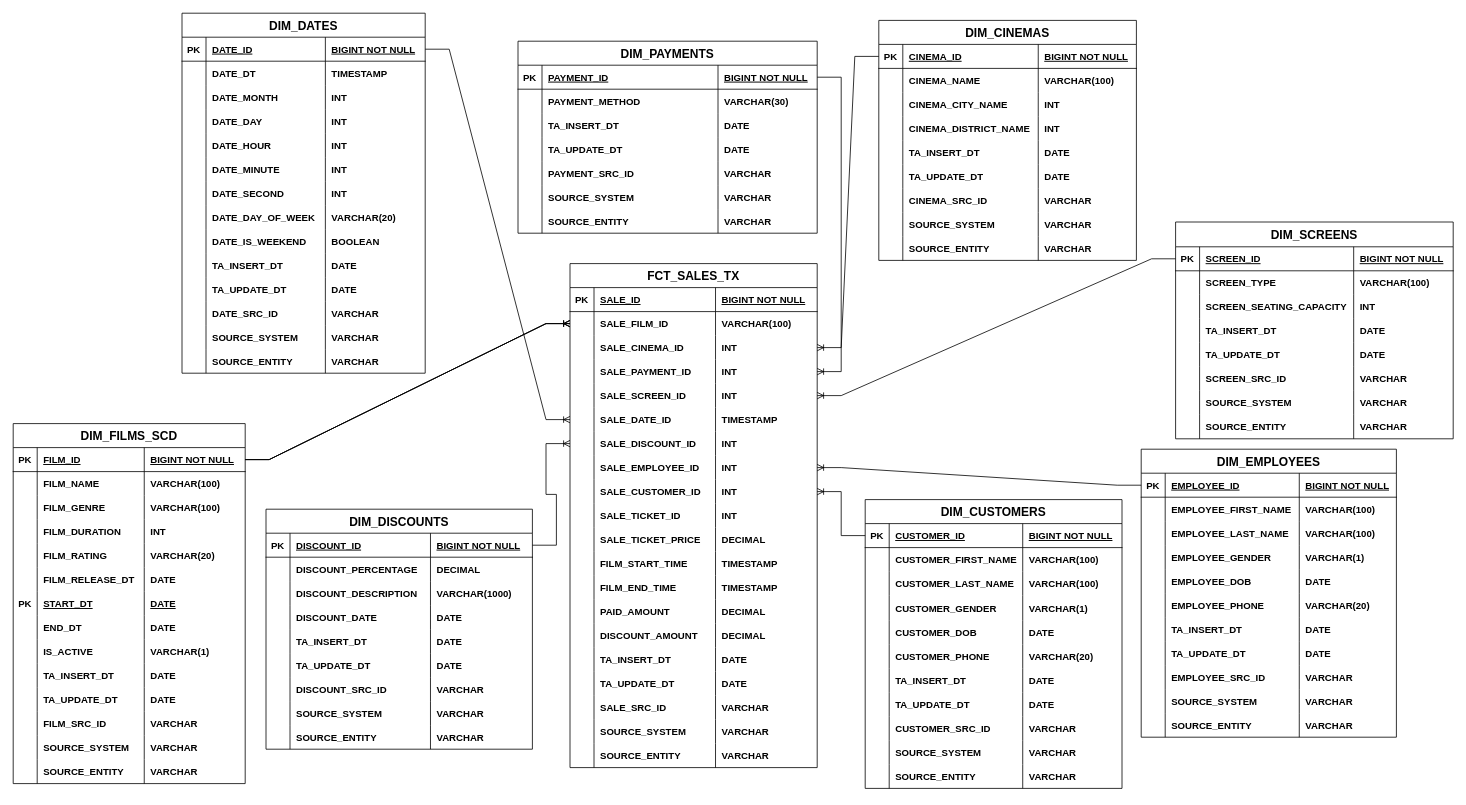
Before: ticket_sales_star_schema.drawio in GiorgiEz/DB-modeling, a draw.io diagram. Source tidied: cells renumbered, new cells numbered last; positions are measured from the earlier drawing's top-left corner, leaving out a move shared by most shapes. Both pictures are drawn from the tidied source at 80%, with x=0, y=0 at pixel (13, 13).
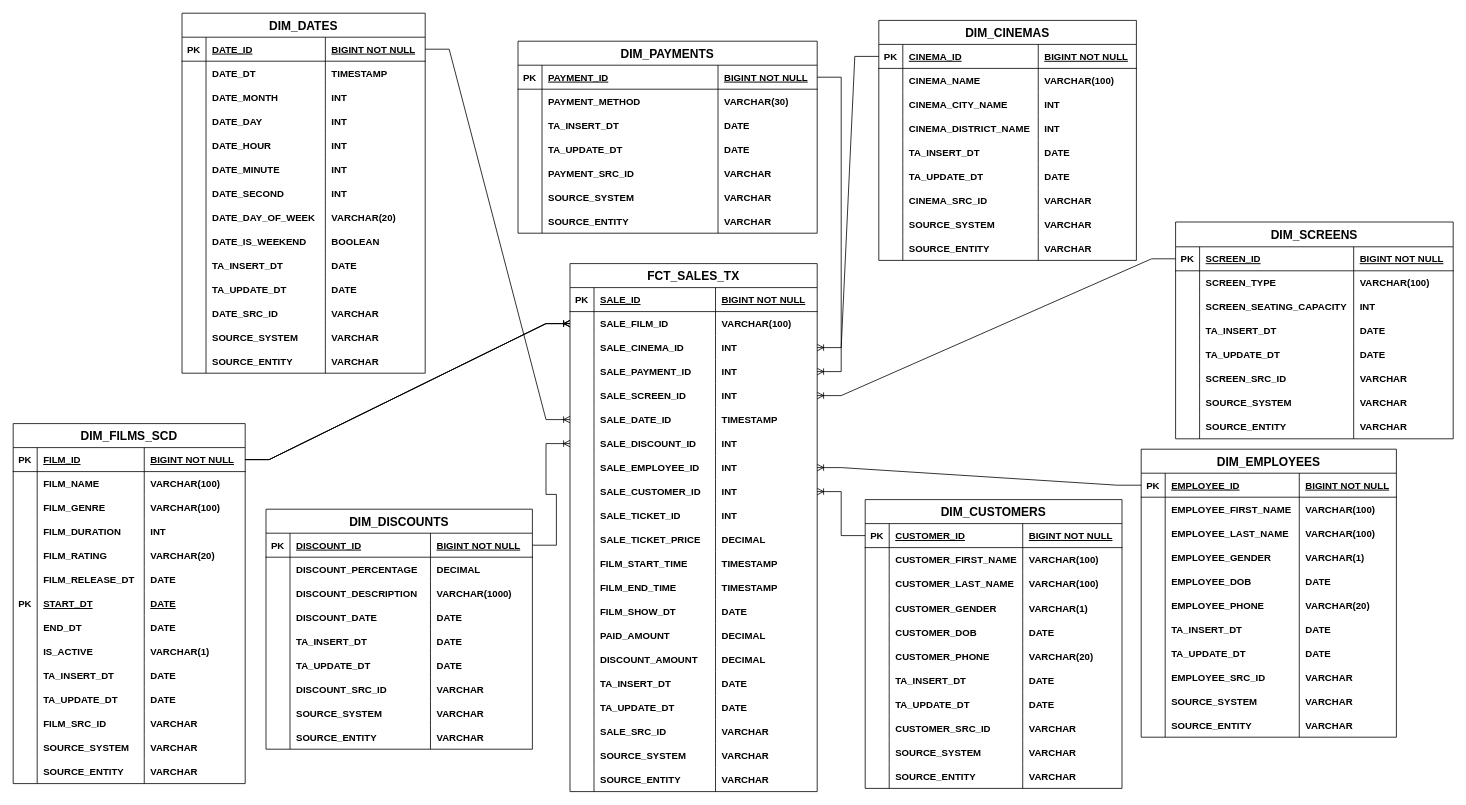
The same page after the edit.

Unchanged cells that the change refers to:
```xml
<mxCell id="154" style="shape=partialRectangle;fillColor=none;points=[[0,0.5],[1,0.5]];portConstraint=eastwest;top=0;left=0;right=0;bottom=1;" parent="153" vertex="1">
  <mxGeometry y="31" width="347" height="30" as="geometry" />
</mxCell>
<mxCell id="314" style="shape=partialRectangle;fillColor=none;points=[[0,0.5],[1,0.5]];portConstraint=eastwest;top=0;left=0;right=0;bottom=0;" parent="297" vertex="1">
  <mxGeometry y="150" width="309" height="30" as="geometry" />
</mxCell>
```

What changed in the source:
```diff
@@
     <mxCell id="297" value="FCT_SALES_TX" style="shape=table;startSize=30;childLayout=tableLayout;rowLines=0;fontStyle=1;align=center;fontSize=15;" parent="1" vertex="1">
-      <mxGeometry x="696" y="313" width="309" height="630" as="geometry" />
+      <mxGeometry x="696" y="313" width="309" height="660" as="geometry" />
     </mxCell>
@@
+    <mxCell id="433" style="shape=partialRectangle;fillColor=none;top=0;left=0;right=0;bottom=0;" parent="297" vertex="1">
+      <mxGeometry y="420" width="309" height="30" as="geometry" />
+    </mxCell>
+    <mxCell id="434" style="shape=partialRectangle;overflow=hidden;fillColor=none;top=0;left=0;bottom=0;right=0;" parent="433" vertex="1">
+      <mxGeometry width="30" height="30" as="geometry" />
+    </mxCell>
+    <mxCell id="435" value="FILM_SHOW_DT" style="shape=partialRectangle;overflow=hidden;fillColor=none;top=0;left=0;bottom=0;right=0;align=left;spacingLeft=6;fontStyle=1;" parent="433" vertex="1">
+      <mxGeometry x="30" width="151.9" height="30" as="geometry" />
+    </mxCell>
+    <mxCell id="436" value="DATE" style="shape=partialRectangle;overflow=hidden;fillColor=none;top=0;left=0;bottom=0;right=0;align=left;spacingLeft=6;fontStyle=1;" parent="433" vertex="1">
+      <mxGeometry x="181.9" width="127.1" height="30" as="geometry" />
+    </mxCell>
     <mxCell id="350" style="shape=partialRectangle;fillColor=none;top=0;left=0;right=0;bottom=0;" parent="297" vertex="1">
-      <mxGeometry y="420" width="309" height="30" as="geometry" />
+      <mxGeometry y="450" width="309" height="30" as="geometry" />
     </mxCell>
@@
     <mxCell id="354" style="shape=partialRectangle;fillColor=none;top=0;left=0;right=0;bottom=0;" parent="297" vertex="1">
-      <mxGeometry y="450" width="309" height="30" as="geometry" />
+      <mxGeometry y="480" width="309" height="30" as="geometry" />
     </mxCell>
@@
     <mxCell id="358" style="shape=partialRectangle;fillColor=none;top=0;left=0;right=0;bottom=0;" parent="297" vertex="1">
-      <mxGeometry y="480" width="309" height="30" as="geometry" />
+      <mxGeometry y="510" width="309" height="30" as="geometry" />
     </mxCell>
@@
     <mxCell id="362" style="shape=partialRectangle;fillColor=none;top=0;left=0;right=0;bottom=0;" parent="297" vertex="1">
-      <mxGeometry y="510" width="309" height="30" as="geometry" />
+      <mxGeometry y="540" width="309" height="30" as="geometry" />
     </mxCell>
@@
     <mxCell id="366" style="shape=partialRectangle;fillColor=none;top=0;left=0;right=0;bottom=0;" parent="297" vertex="1">
-      <mxGeometry y="540" width="309" height="30" as="geometry" />
+      <mxGeometry y="570" width="309" height="30" as="geometry" />
     </mxCell>
@@
     <mxCell id="370" style="shape=partialRectangle;fillColor=none;top=0;left=0;right=0;bottom=0;" parent="297" vertex="1">
-      <mxGeometry y="570" width="309" height="30" as="geometry" />
+      <mxGeometry y="600" width="309" height="30" as="geometry" />
     </mxCell>
@@
     <mxCell id="374" style="shape=partialRectangle;fillColor=none;top=0;left=0;right=0;bottom=0;" parent="297" vertex="1">
-      <mxGeometry y="600" width="309" height="30" as="geometry" />
+      <mxGeometry y="630" width="309" height="30" as="geometry" />
     </mxCell>
@@
     <mxCell id="386" style="edgeStyle=entityRelationEdgeStyle;fontSize=12;html=1;endArrow=ERoneToMany;rounded=0;entryX=1;entryY=0.5;entryDx=0;entryDy=0;exitX=0;exitY=0.5;exitDx=0;exitDy=0;" parent="1" edge="1" source="154" target="314">
       <mxGeometry relative="1" as="geometry">
         <Array as="points">
           <mxPoint x="544" y="568" />
+          <mxPoint x="1394" y="553" />
           <mxPoint x="608" y="603" />
           <mxPoint x="523" y="576" />
           <mxPoint x="522" y="573" />
         </Array>
       </mxGeometry>
     </mxCell>
```
